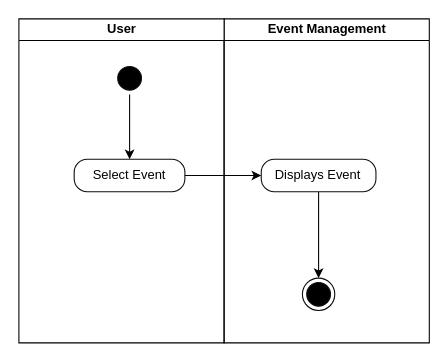
Above: view_event_activity.drawio in SethabaAT/test-use-cases-md (draw.io), before the change. Source tidied: cells renumbered, new cells numbered last; positions are measured from the earlier drawing's top-left corner, leaving out a move shared by most shapes. Both pictures are drawn from the tidied source at 108%, with x=0, y=0 at pixel (18, 18).
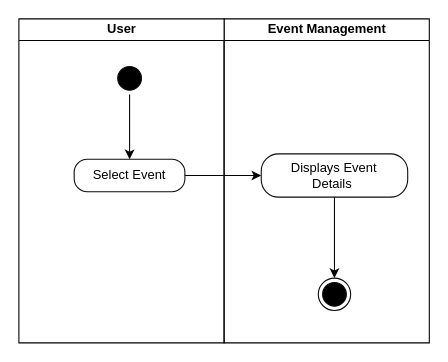
Above is the later version.

What changed in the source:
```diff
@@
 <mxGraphModel>
   <root>
     <mxCell id="0" />
     <mxCell id="1" parent="0" />
     <mxCell id="2" value="Event Management" style="swimlane;startSize=20;html=1;" parent="1" vertex="1">
       <mxGeometry x="190" width="190" height="300" as="geometry" />
     </mxCell>
     <mxCell id="3" style="edgeStyle=orthogonalEdgeStyle;rounded=0;jettySize=auto;html=1;" parent="2" edge="1" source="4" target="5">
       <mxGeometry relative="1" as="geometry" />
     </mxCell>
-    <mxCell id="4" value="Displays Event" style="rounded=1;whiteSpace=wrap;html=1;arcSize=40;fontColor=#000000;fillColor=#FFFFFF;strokeColor=#0D0D0D;" parent="2" vertex="1">
-      <mxGeometry x="34.4" y="130" width="106.2" height="30" as="geometry" />
+    <mxCell id="4" value="Displays Event&lt;div&gt;Details&amp;nbsp;&lt;/div&gt;" style="rounded=1;whiteSpace=wrap;html=1;arcSize=40;fontColor=#000000;fillColor=#FFFFFF;strokeColor=#0D0D0D;" parent="2" vertex="1">
+      <mxGeometry x="34.4" y="125" width="135.6" height="40" as="geometry" />
     </mxCell>
     <mxCell id="5" style="ellipse;html=1;shape=endState;fillColor=#000000;strokeColor=#0D0D0D;" parent="2" vertex="1">
-      <mxGeometry x="72.5" y="240" width="30" height="30" as="geometry" />
+      <mxGeometry x="87.2" y="240" width="30" height="30" as="geometry" />
     </mxCell>
     <mxCell id="6" value="User" style="swimlane;startSize=20;html=1;" parent="1" vertex="1">
       <mxGeometry width="190" height="300" as="geometry" />
     </mxCell>
     <mxCell id="7" style="ellipse;html=1;shape=startState;fillColor=#000000;strokeColor=#0D0D0D;" parent="6" vertex="1">
       <mxGeometry x="87.5" y="40" width="30" height="30" as="geometry" />
     </mxCell>
     <mxCell id="8" value="Select Event" style="rounded=1;whiteSpace=wrap;html=1;arcSize=40;fontColor=#000000;fillColor=#FFFFFF;strokeColor=#0D0D0D;" parent="6" vertex="1">
       <mxGeometry x="51.2" y="130" width="102.5" height="30" as="geometry" />
     </mxCell>
     <mxCell id="9" style="edgeStyle=orthogonalEdgeStyle;rounded=0;jettySize=auto;html=1;" parent="6" edge="1" source="7" target="8">
       <mxGeometry relative="1" as="geometry" />
     </mxCell>
     <mxCell id="10" style="edgeStyle=orthogonalEdgeStyle;rounded=0;jettySize=auto;html=1;entryX=0;entryY=0.5;entryDx=0;entryDy=0;" parent="1" edge="1" source="8" target="4">
       <mxGeometry relative="1" as="geometry" />
     </mxCell>
   </root>
 </mxGraphModel>
```
